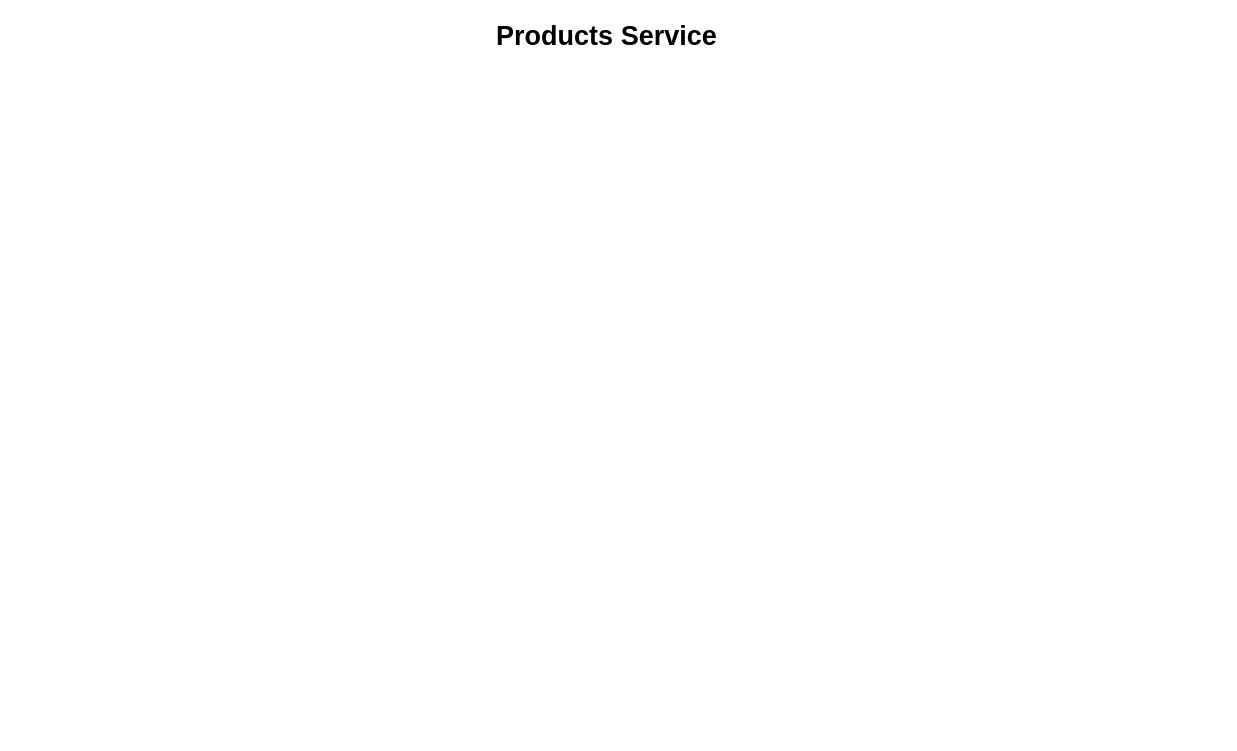
Lova-VD/jokes-app-test keeps this draw.io diagram as page "Products" (2 of 3) of Untitled Diagram.drawio. Above is the earlier version. Source tidied: cells renumbered, new cells numbered last; positions are measured from the earlier drawing's top-left corner, leaving out a move shared by most shapes. Both pictures are drawn from the tidied source at 108%, with x=0, y=0 at pixel (296, 18).
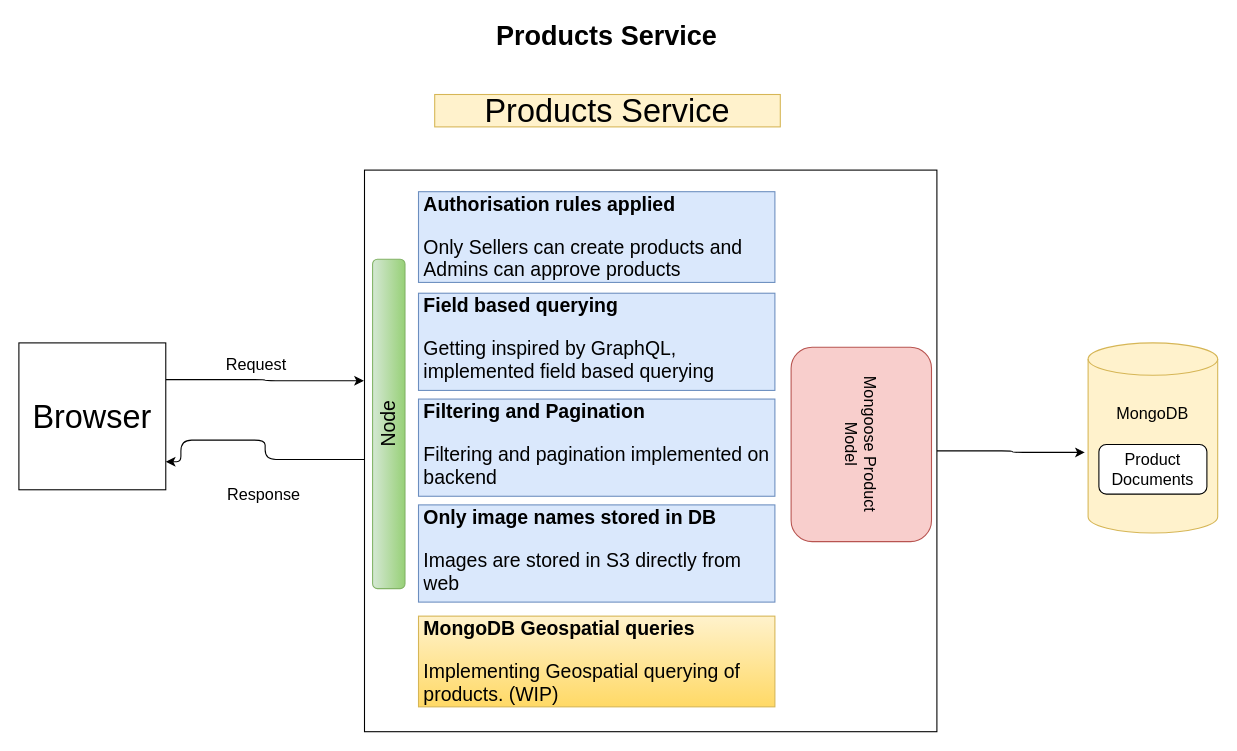
Above is the later version.

Change to the diagram source:
```diff
@@
+    <mxCell id="3" value="Products Service" style="text;html=1;strokeColor=#d6b656;fillColor=#fff2cc;align=center;verticalAlign=middle;whiteSpace=wrap;rounded=0;sketch=0;fontSize=30;" parent="1" vertex="1">
+      <mxGeometry x="128" y="70" width="320" height="30" as="geometry" />
+    </mxCell>
+    <mxCell id="4" style="edgeStyle=orthogonalEdgeStyle;curved=0;rounded=1;sketch=0;jettySize=auto;html=1;exitX=1;exitY=0.25;exitDx=0;exitDy=0;entryX=-0.001;entryY=0.375;entryDx=0;entryDy=0;entryPerimeter=0;fontSize=30;" parent="1" edge="1" source="5" target="8">
+      <mxGeometry relative="1" as="geometry" />
+    </mxCell>
+    <mxCell id="5" value="Browser" style="whiteSpace=wrap;html=1;rounded=0;sketch=0;fontSize=30;" parent="1" vertex="1">
+      <mxGeometry x="-257" y="300" width="136" height="136" as="geometry" />
+    </mxCell>
+    <mxCell id="6" style="edgeStyle=orthogonalEdgeStyle;curved=0;rounded=1;sketch=0;orthogonalLoop=1;jettySize=auto;html=1;exitX=0;exitY=0.5;exitDx=0;exitDy=0;entryX=1;entryY=0.75;entryDx=0;entryDy=0;fontSize=30;" parent="1" edge="1">
+      <mxGeometry relative="1" as="geometry">
+        <mxPoint x="63" y="408" as="sourcePoint" />
+        <mxPoint x="-121" y="410" as="targetPoint" />
+        <Array as="points">
+          <mxPoint x="-29" y="408" />
+          <mxPoint x="-29" y="390" />
+          <mxPoint x="-107" y="390" />
+          <mxPoint x="-107" y="410" />
+        </Array>
+      </mxGeometry>
+    </mxCell>
+    <mxCell id="7" style="edgeStyle=orthogonalEdgeStyle;curved=0;rounded=1;sketch=0;jettySize=auto;html=1;exitX=1;exitY=0.5;exitDx=0;exitDy=0;entryX=-0.025;entryY=0.576;entryDx=0;entryDy=0;entryPerimeter=0;fontSize=18;" parent="1" edge="1" source="8" target="12">
+      <mxGeometry relative="1" as="geometry" />
+    </mxCell>
+    <mxCell id="8" style="rounded=0;whiteSpace=wrap;html=1;sketch=0;fontSize=30;" parent="1" vertex="1">
+      <mxGeometry x="63" y="140" width="530" height="520" as="geometry" />
+    </mxCell>
+    <mxCell id="9" value="&lt;font style=&quot;font-size: 15px&quot;&gt;Response&lt;/font&gt;" style="text;html=1;strokeColor=none;fillColor=none;align=center;verticalAlign=middle;whiteSpace=wrap;rounded=0;sketch=0;fontSize=30;" parent="1" vertex="1">
+      <mxGeometry x="-60" y="420" width="60" height="30" as="geometry" />
+    </mxCell>
+    <mxCell id="10" value="&lt;font style=&quot;font-size: 15px&quot;&gt;Request&lt;/font&gt;" style="text;html=1;strokeColor=none;fillColor=none;align=center;verticalAlign=middle;whiteSpace=wrap;rounded=0;sketch=0;fontSize=30;" parent="1" vertex="1">
+      <mxGeometry x="-67" y="300" width="60" height="30" as="geometry" />
+    </mxCell>
+    <mxCell id="11" value="Mongoose Product&lt;br&gt;Model" style="rounded=1;whiteSpace=wrap;html=1;sketch=0;fontSize=15;rotation=90;fillColor=#f8cecc;strokeColor=#b85450;" parent="1" vertex="1">
+      <mxGeometry x="433" y="329" width="180" height="130" as="geometry" />
+    </mxCell>
+    <mxCell id="12" value="MongoDB&lt;br&gt;&lt;br&gt;&lt;br&gt;&lt;br&gt;&lt;br&gt;" style="shape=cylinder3;whiteSpace=wrap;html=1;boundedLbl=1;backgroundOutline=1;size=15;rounded=0;sketch=0;fontSize=15;fillColor=#fff2cc;strokeColor=#d6b656;" parent="1" vertex="1">
+      <mxGeometry x="733" y="300" width="120" height="176" as="geometry" />
+    </mxCell>
+    <mxCell id="13" value="Product Documents" style="rounded=1;whiteSpace=wrap;html=1;sketch=0;fontSize=15;" parent="1" vertex="1">
+      <mxGeometry x="743" y="394" width="100" height="46" as="geometry" />
+    </mxCell>
+    <mxCell id="14" value="&lt;h1 style=&quot;font-size: 18px&quot;&gt;Authorisation rules applied&lt;/h1&gt;&lt;p style=&quot;font-size: 18px&quot;&gt;Only Sellers can create products and Admins can approve products&lt;/p&gt;" style="text;html=1;strokeColor=#6c8ebf;fillColor=#dae8fc;spacing=5;spacingTop=-20;whiteSpace=wrap;overflow=hidden;rounded=0;sketch=0;fontSize=15;" parent="1" vertex="1">
+      <mxGeometry x="113" y="160" width="330" height="84" as="geometry" />
+    </mxCell>
+    <mxCell id="15" value="&lt;h1 style=&quot;font-size: 18px&quot;&gt;Only image names stored in DB&lt;/h1&gt;&lt;p style=&quot;font-size: 18px&quot;&gt;Images are stored in S3 directly from web&lt;/p&gt;" style="text;html=1;strokeColor=#6c8ebf;fillColor=#dae8fc;spacing=5;spacingTop=-20;whiteSpace=wrap;overflow=hidden;rounded=0;sketch=0;fontSize=15;" parent="1" vertex="1">
+      <mxGeometry x="113" y="450" width="330" height="90" as="geometry" />
+    </mxCell>
+    <mxCell id="16" value="&lt;h1 style=&quot;font-size: 18px&quot;&gt;Filtering and Pagination&lt;/h1&gt;&lt;p style=&quot;font-size: 18px&quot;&gt;Filtering and pagination implemented on backend&lt;/p&gt;" style="text;html=1;strokeColor=#6c8ebf;fillColor=#dae8fc;spacing=5;spacingTop=-20;whiteSpace=wrap;overflow=hidden;rounded=0;sketch=0;fontSize=15;" parent="1" vertex="1">
+      <mxGeometry x="113" y="352" width="330" height="90" as="geometry" />
+    </mxCell>
+    <mxCell id="17" value="&lt;h1 style=&quot;font-size: 18px&quot;&gt;Field based querying&lt;/h1&gt;&lt;p style=&quot;font-size: 18px&quot;&gt;Getting inspired by GraphQL, implemented field based querying&lt;/p&gt;" style="text;html=1;spacing=5;spacingTop=-20;whiteSpace=wrap;overflow=hidden;rounded=0;sketch=0;fontSize=15;fillColor=#dae8fc;strokeColor=#6c8ebf;" parent="1" vertex="1">
+      <mxGeometry x="113" y="254" width="330" height="90" as="geometry" />
+    </mxCell>
+    <mxCell id="18" value="&lt;h1 style=&quot;font-size: 18px&quot;&gt;MongoDB Geospatial queries&amp;nbsp;&lt;/h1&gt;&lt;p style=&quot;font-size: 18px&quot;&gt;Implementing Geospatial querying of products. (WIP)&lt;/p&gt;" style="text;html=1;strokeColor=#d6b656;fillColor=#fff2cc;spacing=5;spacingTop=-20;whiteSpace=wrap;overflow=hidden;rounded=0;sketch=0;fontSize=15;gradientColor=#ffd966;" parent="1" vertex="1">
+      <mxGeometry x="113" y="553" width="330" height="84" as="geometry" />
+    </mxCell>
+    <mxCell id="19" value="Node" style="rounded=1;whiteSpace=wrap;html=1;sketch=0;fontSize=18;fillColor=#d5e8d4;gradientColor=#97d077;strokeColor=#82b366;rotation=-90;" parent="1" vertex="1">
+      <mxGeometry x="-67" y="360" width="305" height="30" as="geometry" />
+    </mxCell>
```
